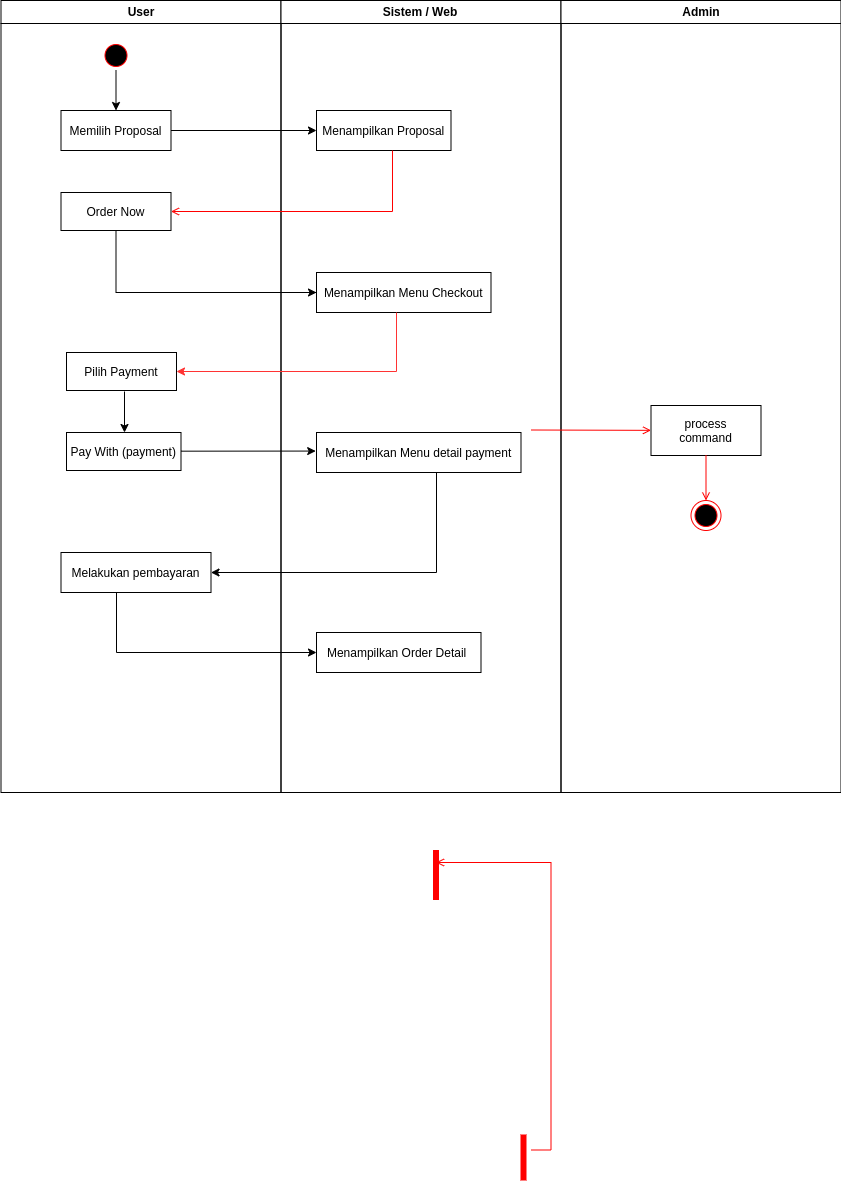
Earlier version of the draw.io export Payment.png (ahmadfaqih-dev/Flowchart). Source tidied: cells renumbered, new cells last; positions are measured from the earlier drawing's top-left corner, leaving out a move shared by most shapes.
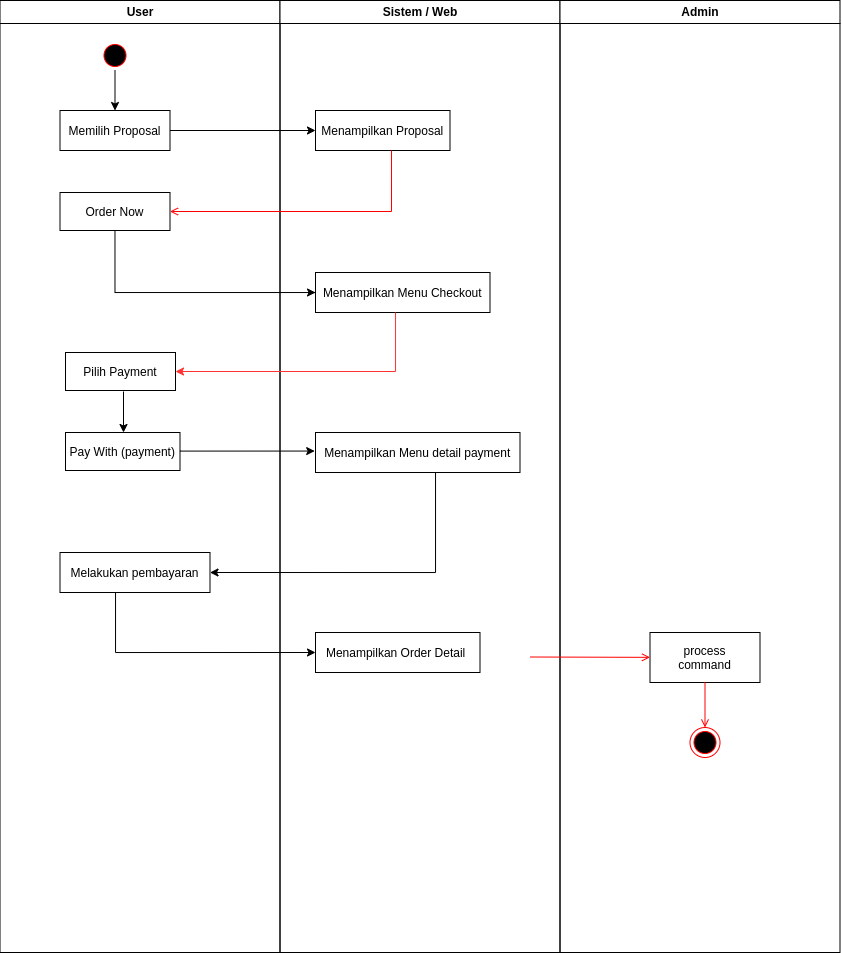
Later version of the same file.

The edit, as a diff of the source:
```diff
@@ -3,7 +3,7 @@
     <mxCell id="0" />
     <mxCell id="1" parent="0" />
     <mxCell id="2" value="User" style="swimlane;whiteSpace=wrap;" parent="1" vertex="1">
-      <mxGeometry x="0.5" width="280" height="792" as="geometry" />
+      <mxGeometry x="0.5" width="280" height="952" as="geometry" />
     </mxCell>
     <mxCell id="3" style="edgeStyle=orthogonalEdgeStyle;rounded=0;jettySize=auto;html=1;entryX=0.5;entryY=0;entryDx=0;entryDy=0;" parent="2" edge="1" source="4" target="5">
       <mxGeometry relative="1" as="geometry" />
@@ -35,7 +35,7 @@
       <mxGeometry x="60" y="552" width="150" height="40" as="geometry" />
     </mxCell>
     <mxCell id="11" value="Sistem / Web" style="swimlane;whiteSpace=wrap;startSize=23;" parent="1" vertex="1">
-      <mxGeometry x="280.5" width="280" height="792" as="geometry" />
+      <mxGeometry x="280.5" width="280" height="952" as="geometry" />
     </mxCell>
     <mxCell id="12" value="Menampilkan Proposal" parent="11" vertex="1">
       <mxGeometry x="35.5" y="110" width="134.5" height="40" as="geometry" />
@@ -55,36 +55,22 @@
       <mxGeometry x="35.5" y="632" width="164.5" height="40" as="geometry" />
     </mxCell>
     <mxCell id="17" value="Admin" style="swimlane;whiteSpace=wrap;" parent="1" vertex="1">
-      <mxGeometry x="560.5" width="280" height="792" as="geometry" />
+      <mxGeometry x="560.5" width="280" height="952" as="geometry" />
     </mxCell>
     <mxCell id="18" value="process&#10;command" parent="17" vertex="1">
-      <mxGeometry x="90" y="405" width="110" height="50" as="geometry" />
+      <mxGeometry x="90" y="632" width="110" height="50" as="geometry" />
     </mxCell>
     <mxCell id="19" style="edgeStyle=none;strokeColor=#FF0000;endArrow=open;endFill=1;rounded=0;" parent="17" edge="1" target="18">
       <mxGeometry relative="1" as="geometry">
-        <mxPoint x="-30" y="429.5" as="sourcePoint" />
+        <mxPoint x="-30" y="656.5" as="sourcePoint" />
       </mxGeometry>
     </mxCell>
     <mxCell id="20" style="ellipse;shape=endState;fillColor=#000000;strokeColor=#ff0000;" parent="17" vertex="1">
-      <mxGeometry x="130" y="500" width="30" height="30" as="geometry" />
+      <mxGeometry x="130" y="727" width="30" height="30" as="geometry" />
     </mxCell>
     <mxCell id="21" style="endArrow=open;strokeColor=#FF0000;endFill=1;rounded=0;" parent="17" edge="1" source="18" target="20">
       <mxGeometry relative="1" as="geometry" />
     </mxCell>
-    <mxCell id="22" style="shape=line;strokeWidth=6;strokeColor=#ff0000;rotation=90;" parent="1" vertex="1">
-      <mxGeometry x="410.5" y="867" width="50" height="15" as="geometry" />
-    </mxCell>
-    <mxCell id="23" style="whiteSpace=wrap;strokeColor=#FF0000;fillColor=#FF0000;" parent="1" vertex="1">
-      <mxGeometry x="520.5" y="1134.5" width="5" height="45" as="geometry" />
-    </mxCell>
-    <mxCell id="24" style="edgeStyle=elbowEdgeStyle;elbow=horizontal;strokeColor=#FF0000;endArrow=open;endFill=1;rounded=0;entryX=0.25;entryY=0.5;entryPerimeter=0;" parent="1" edge="1" target="22">
-      <mxGeometry relative="1" as="geometry">
-        <mxPoint x="530.5" y="1149.5" as="sourcePoint" />
-        <Array as="points">
-          <mxPoint x="550.5" y="874.5" />
-        </Array>
-      </mxGeometry>
-    </mxCell>
     <mxCell id="25" style="endArrow=open;strokeColor=#FF0000;endFill=1;rounded=0;entryX=1;entryY=0.5;entryDx=0;entryDy=0;exitX=0.565;exitY=1;exitDx=0;exitDy=0;exitPerimeter=0;" parent="1" edge="1" source="12" target="6">
       <mxGeometry relative="1" as="geometry">
         <Array as="points">
```
